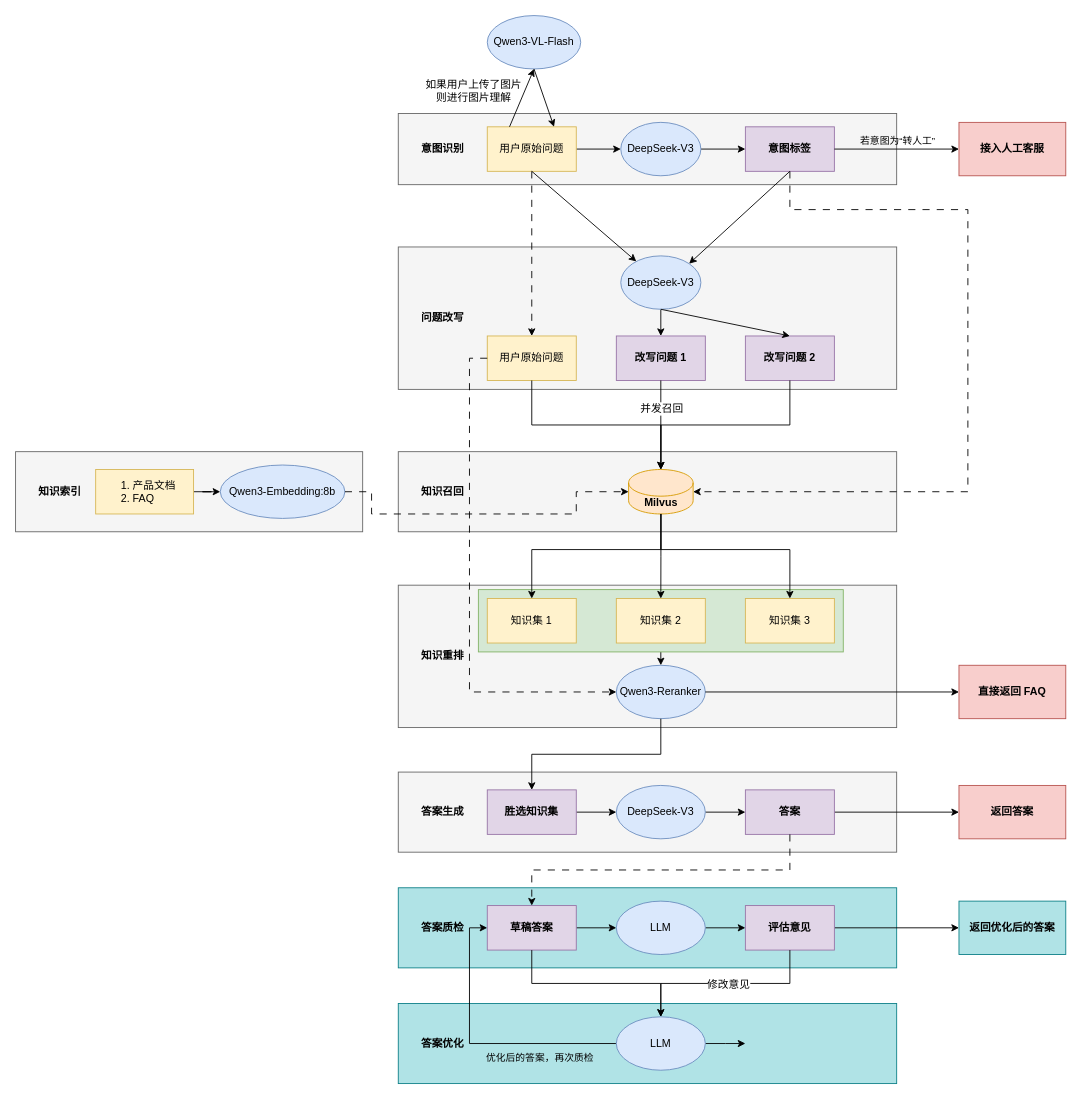
The draw.io diagram 项目/微众-智能营销客服/智能营销客服工作流程.drawio in jayouths/drawio_Repository, before the edit. Source tidied: cells renumbered, new cells numbered last; positions are measured from the earlier drawing's top-left corner, leaving out a move shared by most shapes. Both pictures are drawn from the tidied source at 89%, with x=0, y=0 at pixel (15, 15).
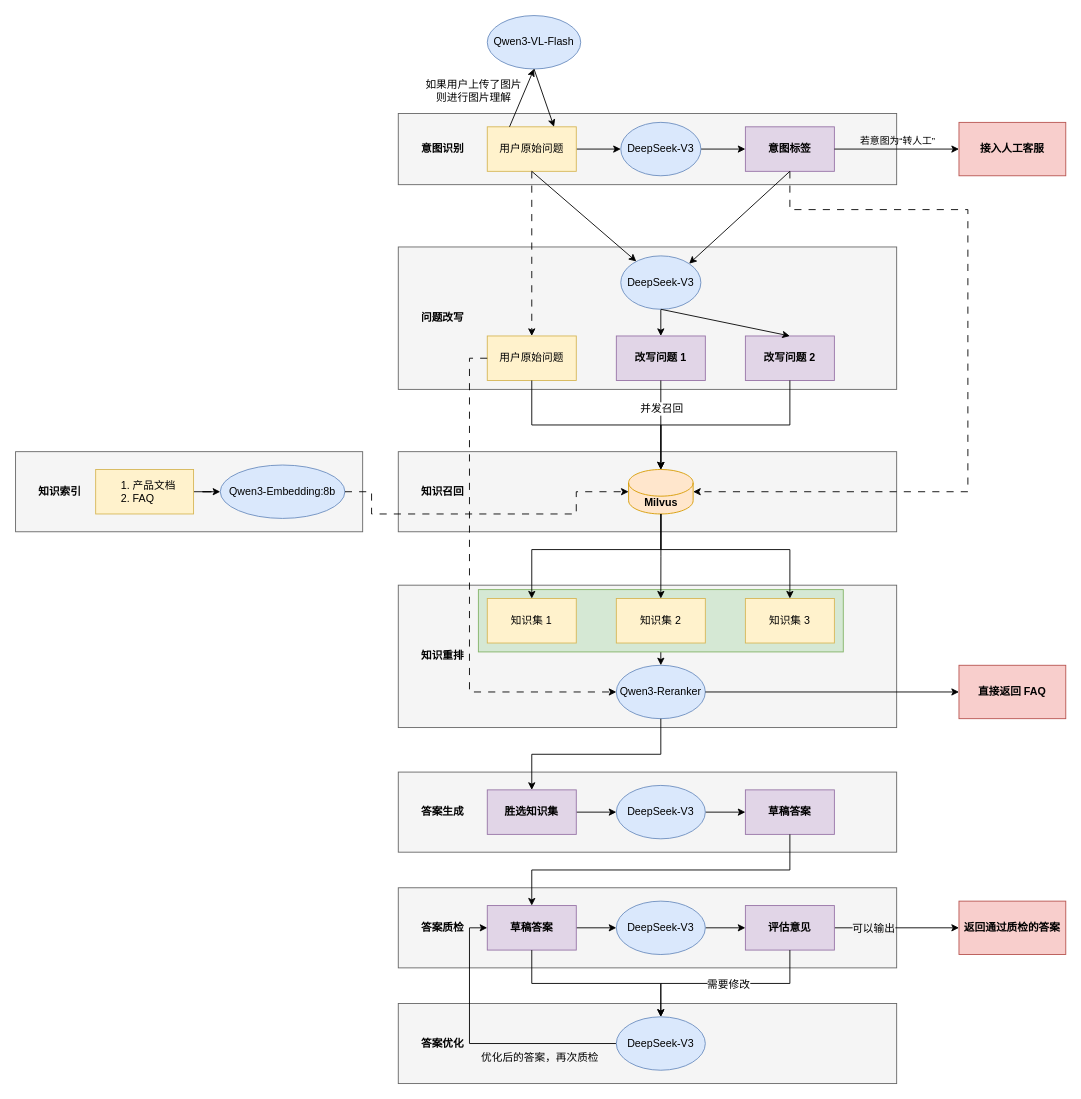
The same page after the edit.

Commit message (it also covers changes not shown here):
更新智能营销客服工作流程.drawio

Unchanged cells that the change refers to:
```xml
<mxCell id="2" style="group;labelBackgroundColor=default;" parent="1" vertex="1">
  <mxGeometry width="1180" height="1200" as="geometry" />
</mxCell>
<mxCell id="68" value="&lt;b&gt;草稿答案&lt;/b&gt;" style="rounded=0;whiteSpace=wrap;html=1;fillColor=#e1d5e7;strokeColor=#9673a6;" parent="2" vertex="1">
  <mxGeometry x="530" y="1000" width="100" height="50" as="geometry" />
</mxCell>
<mxCell id="71" style="edgeStyle=orthogonalEdgeStyle;rounded=0;jettySize=auto;html=1;entryX=0;entryY=0.5;entryDx=0;entryDy=0;" parent="2" edge="1" source="72" target="80">
  <mxGeometry relative="1" as="geometry" />
</mxCell>
<mxCell id="76" style="edgeStyle=orthogonalEdgeStyle;rounded=0;jettySize=auto;html=1;entryX=0;entryY=0.5;entryDx=0;entryDy=0;" parent="2" edge="1" source="78" target="68">
  <mxGeometry relative="1" as="geometry" />
</mxCell>
<mxCell id="81" style="edgeStyle=orthogonalEdgeStyle;rounded=0;jettySize=auto;html=1;exitX=0.5;exitY=1;exitDx=0;exitDy=0;entryX=0.5;entryY=0;entryDx=0;entryDy=0;" parent="2" edge="1" source="72" target="78">
  <mxGeometry relative="1" as="geometry" />
</mxCell>
```

The edit, as a diff of the source:
```diff
@@
-    <mxCell id="51" style="edgeStyle=orthogonalEdgeStyle;rounded=0;jettySize=auto;html=1;entryX=0;entryY=0.5;entryDx=0;entryDy=0;" parent="2" edge="1" source="52" target="79">
-      <mxGeometry relative="1" as="geometry" />
-    </mxCell>
-    <mxCell id="52" value="&lt;b&gt;答案&lt;/b&gt;" style="rounded=0;whiteSpace=wrap;html=1;fillColor=#e1d5e7;strokeColor=#9673a6;" parent="2" vertex="1">
+    <mxCell id="52" value="&lt;b&gt;草稿答案&lt;/b&gt;" style="rounded=0;whiteSpace=wrap;html=1;fillColor=#e1d5e7;strokeColor=#9673a6;" parent="2" vertex="1">
       <mxGeometry x="820" y="870" width="100" height="50" as="geometry" />
     </mxCell>
@@
-    <mxCell id="65" style="rounded=0;whiteSpace=wrap;html=1;fillColor=#b0e3e6;strokeColor=#0e8088;" parent="2" vertex="1">
+    <mxCell id="65" style="rounded=0;whiteSpace=wrap;html=1;fillColor=#f5f5f5;strokeColor=#666666;fontColor=#333333;" parent="2" vertex="1">
       <mxGeometry x="430" y="980" width="560" height="90" as="geometry" />
     </mxCell>
@@
-    <mxCell id="70" value="LLM" style="ellipse;whiteSpace=wrap;html=1;fillColor=#dae8fc;strokeColor=#6c8ebf;" parent="2" vertex="1">
+    <mxCell id="70" value="DeepSeek-V3" style="ellipse;whiteSpace=wrap;html=1;fillColor=#dae8fc;strokeColor=#6c8ebf;" parent="2" vertex="1">
       <mxGeometry x="675" y="995" width="100" height="60" as="geometry" />
     </mxCell>
@@
+    <mxCell id="85" value="&lt;span style=&quot;font-size: 12px;&quot;&gt;可以输出&lt;/span&gt;" style="edgeLabel;html=1;align=center;verticalAlign=middle;labelBackgroundColor=light-dark(#f3f3f3, #ededed);" parent="71" vertex="1">
+      <mxGeometry x="-0.39" relative="1" as="geometry" />
+    </mxCell>
@@
-    <mxCell id="73" style="rounded=0;whiteSpace=wrap;html=1;fillColor=#b0e3e6;strokeColor=#0e8088;" parent="2" vertex="1">
+    <mxCell id="73" style="rounded=0;whiteSpace=wrap;html=1;fillColor=#f5f5f5;strokeColor=#666666;fontColor=#333333;" parent="2" vertex="1">
       <mxGeometry x="430" y="1110" width="560" height="90" as="geometry" />
     </mxCell>
@@
-    <mxCell id="75" style="edgeStyle=orthogonalEdgeStyle;rounded=0;jettySize=auto;html=1;" parent="2" edge="1" source="78">
-      <mxGeometry relative="1" as="geometry">
-        <mxPoint x="820" y="1155" as="targetPoint" />
-      </mxGeometry>
-    </mxCell>
@@
-    <mxCell id="77" value="优化后的答案，再次质检" style="edgeLabel;html=1;align=center;verticalAlign=middle;labelBackgroundColor=none;" parent="76" vertex="1">
+    <mxCell id="77" value="&lt;font style=&quot;font-size: 12px;&quot;&gt;优化后的答案，再次质检&lt;/font&gt;" style="edgeLabel;html=1;align=center;verticalAlign=middle;labelBackgroundColor=none;" parent="76" vertex="1">
       <mxGeometry x="-0.45" relative="1" as="geometry">
         <mxPoint y="15" as="offset" />
       </mxGeometry>
     </mxCell>
-    <mxCell id="78" value="LLM" style="ellipse;whiteSpace=wrap;html=1;fillColor=#dae8fc;strokeColor=#6c8ebf;" parent="2" vertex="1">
+    <mxCell id="78" value="DeepSeek-V3" style="ellipse;whiteSpace=wrap;html=1;fillColor=#dae8fc;strokeColor=#6c8ebf;" parent="2" vertex="1">
       <mxGeometry x="675" y="1125" width="100" height="60" as="geometry" />
     </mxCell>
-    <mxCell id="79" value="&lt;b&gt;返回答案&lt;/b&gt;" style="rounded=0;whiteSpace=wrap;html=1;fillColor=#f8cecc;strokeColor=#b85450;" parent="2" vertex="1">
-      <mxGeometry x="1060" y="865" width="120" height="60" as="geometry" />
-    </mxCell>
-    <mxCell id="80" value="&lt;b&gt;返回优化后的答案&lt;/b&gt;" style="rounded=0;whiteSpace=wrap;html=1;fillColor=#b0e3e6;strokeColor=#0e8088;" parent="2" vertex="1">
+    <mxCell id="80" value="&lt;b&gt;返回通过质检的答案&lt;/b&gt;" style="rounded=0;whiteSpace=wrap;html=1;fillColor=#f8cecc;strokeColor=#b85450;" parent="2" vertex="1">
       <mxGeometry x="1060" y="995" width="120" height="60" as="geometry" />
     </mxCell>
@@
-    <mxCell id="82" value="&lt;font style=&quot;font-size: 12px;&quot;&gt;修改意见&lt;/font&gt;" style="edgeLabel;html=1;align=center;verticalAlign=middle;" parent="81" vertex="1">
+    <mxCell id="82" value="&lt;font style=&quot;font-size: 12px;&quot;&gt;需要修改&lt;/font&gt;" style="edgeLabel;html=1;align=center;verticalAlign=middle;" parent="81" vertex="1">
       <mxGeometry x="-0.02" y="1" relative="1" as="geometry">
         <mxPoint x="1" as="offset" />
       </mxGeometry>
     </mxCell>
@@
-    <mxCell id="84" style="edgeStyle=orthogonalEdgeStyle;rounded=0;jettySize=auto;html=1;entryX=0.5;entryY=0;entryDx=0;entryDy=0;exitX=0.5;exitY=1;exitDx=0;exitDy=0;dashed=1;dashPattern=8 8;" parent="2" edge="1" source="52" target="68">
+    <mxCell id="84" style="edgeStyle=orthogonalEdgeStyle;rounded=0;jettySize=auto;html=1;entryX=0.5;entryY=0;entryDx=0;entryDy=0;exitX=0.5;exitY=1;exitDx=0;exitDy=0;" parent="2" edge="1" source="52" target="68">
       <mxGeometry relative="1" as="geometry" />
     </mxCell>
```
